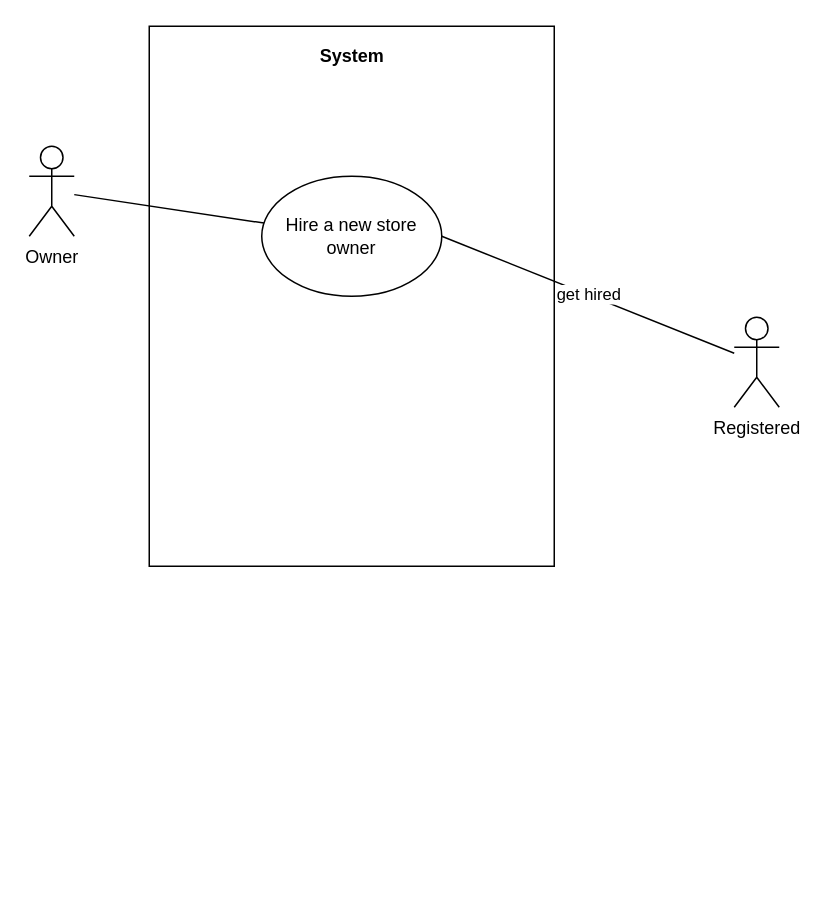
This is use cases/use case 4.3.drawio from LevyIfta/Team-19B-Project, a draw.io file, before an edit. Source tidied: cells renumbered, new cells numbered last; positions are measured from the earlier drawing's top-left corner, leaving out a move shared by most shapes. Both pictures are drawn from the tidied source at 150%, with x=0, y=0 at pixel (28, 26).
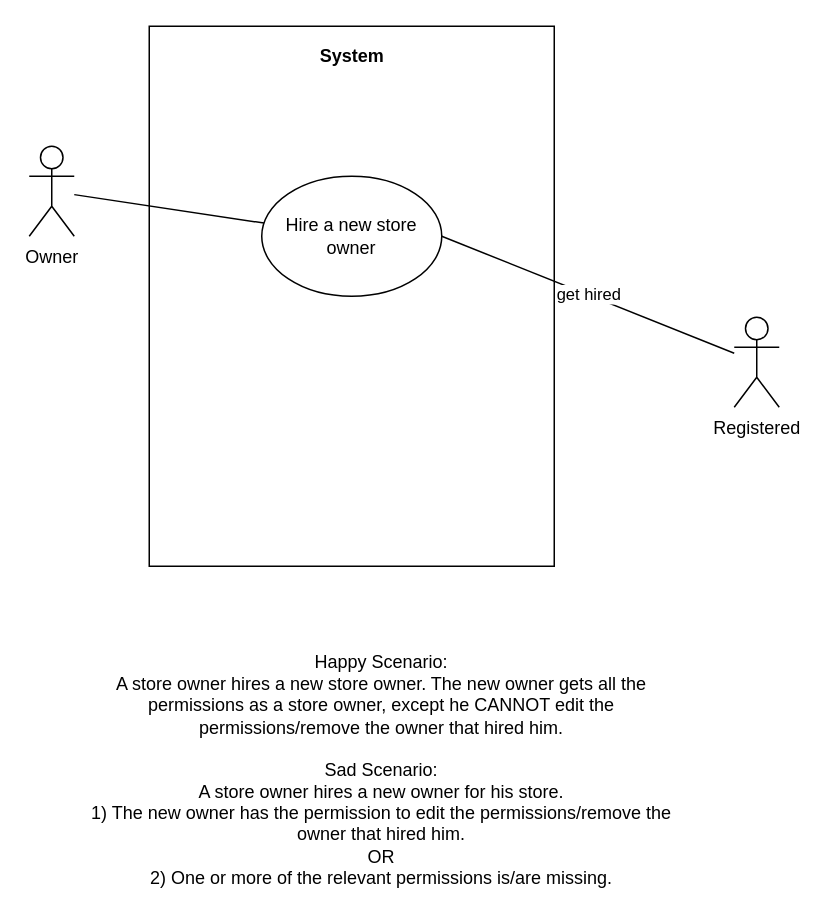
Above is the later version.

Change to the diagram source:
```diff
@@
 <mxGraphModel>
   <root>
     <mxCell id="0" />
     <mxCell id="1" parent="0" />
     <mxCell id="2" style="rounded=0;whiteSpace=wrap;html=1;" parent="1" vertex="1">
       <mxGeometry x="80" width="270" height="360" as="geometry" />
     </mxCell>
     <mxCell id="3" value="Owner" style="shape=umlActor;verticalLabelPosition=bottom;verticalAlign=top;html=1;outlineConnect=0;" parent="1" vertex="1">
       <mxGeometry y="80" width="30" height="60" as="geometry" />
     </mxCell>
     <mxCell id="4" value="Registered" style="shape=umlActor;verticalLabelPosition=bottom;verticalAlign=top;html=1;outlineConnect=0;" parent="1" vertex="1">
       <mxGeometry x="470" y="194" width="30" height="60" as="geometry" />
     </mxCell>
     <mxCell id="5" value="Hire a new store owner" style="ellipse;whiteSpace=wrap;html=1;" parent="1" vertex="1">
       <mxGeometry x="155" y="100" width="120" height="80" as="geometry" />
     </mxCell>
     <mxCell id="6" style="endArrow=none;html=1;" parent="1" edge="1" source="3" target="5">
       <mxGeometry relative="1" as="geometry" />
     </mxCell>
     <mxCell id="7" value="get hired" style="endArrow=none;html=1;entryX=1;entryY=0.5;entryDx=0;entryDy=0;" parent="1" edge="1" source="4" target="5">
       <mxGeometry relative="1" as="geometry" />
     </mxCell>
     <mxCell id="8" value="&lt;b&gt;System&lt;/b&gt;" style="text;html=1;align=center;verticalAlign=middle;" parent="1" vertex="1">
       <mxGeometry x="185" y="10" width="60" height="20" as="geometry" />
     </mxCell>
+    <mxCell id="9" value="Happy Scenario:&lt;br&gt;A store owner hires a new store owner. The new owner gets all the permissions as a store owner, except he CANNOT edit the permissions/remove the owner that hired him.&lt;br&gt;&lt;br&gt;Sad Scenario:&lt;br&gt;A store owner hires a new owner for his store.&lt;br&gt;1) The new owner has the permission to edit the permissions/remove the owner that hired him.&lt;br&gt;OR&lt;br&gt;2) One or more of the relevant permissions is/are missing." style="text;html=1;strokeColor=none;fillColor=none;align=center;verticalAlign=middle;whiteSpace=wrap;rounded=0;" parent="1" vertex="1">
+      <mxGeometry x="30" y="486" width="410" height="20" as="geometry" />
+    </mxCell>
   </root>
 </mxGraphModel>
```
